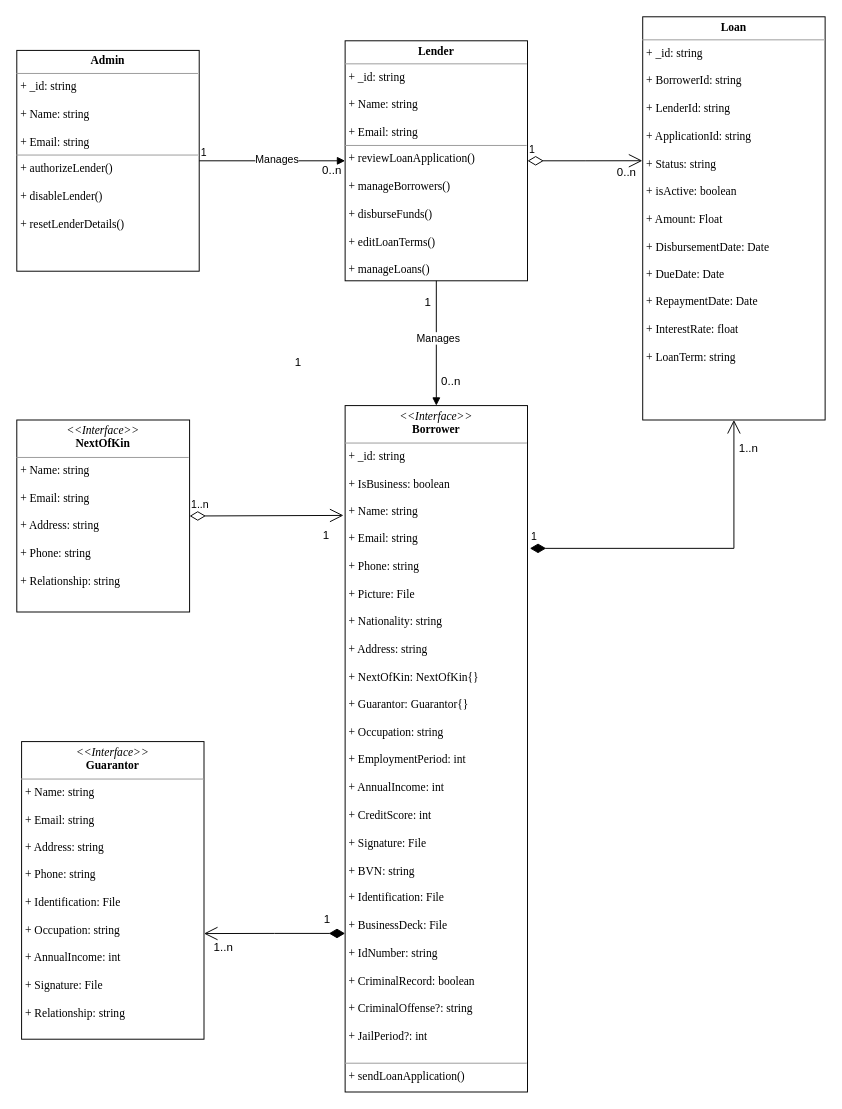
Earlier version of the draw.io diagram src/loan-class.drawio (miriam-samuels/loan-management). Source tidied: cells renumbered, new cells numbered last; positions are measured from the earlier drawing's top-left corner, leaving out a move shared by most shapes. Both pictures are drawn from the tidied source at 96%, with x=0, y=0 at pixel (16, 16).
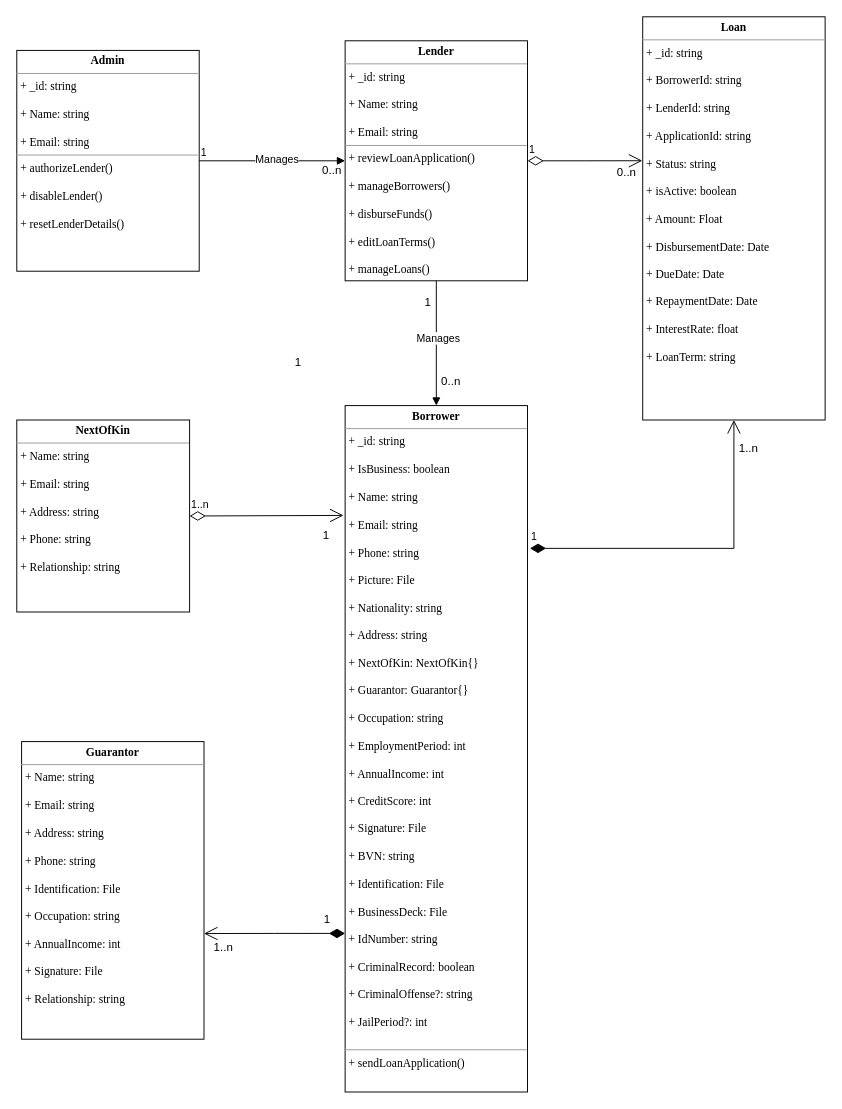
The same diagram, later.

Diff of the diagram source:
```diff
@@
-    <mxCell id="3" value="&lt;p style=&quot;margin:0px;margin-top:4px;text-align:center;&quot;&gt;&lt;font face=&quot;Times New Roman&quot;&gt;&lt;i&gt;&amp;lt;&amp;lt;Interface&amp;gt;&amp;gt;&lt;/i&gt;&lt;br&gt;&lt;b&gt;Borrower&lt;/b&gt;&lt;/font&gt;&lt;/p&gt;&lt;hr size=&quot;1&quot;&gt;&lt;p style=&quot;margin:0px;margin-left:4px;&quot;&gt;&lt;font face=&quot;Times New Roman&quot;&gt;+ _id: string&lt;/font&gt;&lt;/p&gt;&lt;p style=&quot;margin:0px;margin-left:4px;&quot;&gt;&lt;font face=&quot;Times New Roman&quot;&gt;&lt;br&gt;&lt;/font&gt;&lt;/p&gt;&lt;p style=&quot;margin:0px;margin-left:4px;&quot;&gt;&lt;font face=&quot;Times New Roman&quot;&gt;+ IsBusiness: boolean&lt;/font&gt;&lt;/p&gt;&lt;p style=&quot;margin:0px;margin-left:4px;&quot;&gt;&lt;font face=&quot;Times New Roman&quot;&gt;&lt;br&gt;+ Name: string&lt;/font&gt;&lt;/p&gt;&lt;p style=&quot;margin:0px;margin-left:4px;&quot;&gt;&lt;font face=&quot;Times New Roman&quot;&gt;&lt;br&gt;&lt;/font&gt;&lt;/p&gt;&lt;p style=&quot;margin:0px;margin-left:4px;&quot;&gt;&lt;font face=&quot;Times New Roman&quot;&gt;+ Email: string&lt;/font&gt;&lt;/p&gt;&lt;p style=&quot;margin:0px;margin-left:4px;&quot;&gt;&lt;font face=&quot;Times New Roman&quot;&gt;&lt;br&gt;&lt;/font&gt;&lt;/p&gt;&lt;p style=&quot;margin:0px;margin-left:4px;&quot;&gt;&lt;font face=&quot;Times New Roman&quot;&gt;+ Phone: string&lt;/font&gt;&lt;/p&gt;&lt;p style=&quot;margin:0px;margin-left:4px;&quot;&gt;&lt;font face=&quot;Times New Roman&quot;&gt;&lt;br&gt;&lt;/font&gt;&lt;/p&gt;&lt;p style=&quot;margin:0px;margin-left:4px;&quot;&gt;&lt;font face=&quot;Times New Roman&quot;&gt;+ Picture: File&lt;/font&gt;&lt;/p&gt;&lt;p style=&quot;margin:0px;margin-left:4px;&quot;&gt;&lt;font face=&quot;Times New Roman&quot;&gt;&lt;br&gt;&lt;/font&gt;&lt;/p&gt;&lt;p style=&quot;margin:0px;margin-left:4px;&quot;&gt;&lt;font face=&quot;Times New Roman&quot;&gt;+ Nationality: string&lt;/font&gt;&lt;/p&gt;&lt;p style=&quot;margin:0px;margin-left:4px;&quot;&gt;&lt;font face=&quot;Times New Roman&quot;&gt;&lt;br&gt;&lt;/font&gt;&lt;/p&gt;&lt;p style=&quot;margin:0px;margin-left:4px;&quot;&gt;&lt;font face=&quot;Times New Roman&quot;&gt;+ Address: string&lt;/font&gt;&lt;/p&gt;&lt;p style=&quot;margin:0px;margin-left:4px;&quot;&gt;&lt;font face=&quot;Times New Roman&quot;&gt;&lt;br&gt;&lt;/font&gt;&lt;/p&gt;&lt;p style=&quot;margin:0px;margin-left:4px;&quot;&gt;&lt;font face=&quot;Times New Roman&quot;&gt;+ NextOfKin: NextOfKin{}&lt;/font&gt;&lt;/p&gt;&lt;p style=&quot;margin:0px;margin-left:4px;&quot;&gt;&lt;font face=&quot;Times New Roman&quot;&gt;&lt;br&gt;&lt;/font&gt;&lt;/p&gt;&lt;p style=&quot;margin:0px;margin-left:4px;&quot;&gt;&lt;font face=&quot;Times New Roman&quot;&gt;+ Guarantor: Guarantor{}&lt;/font&gt;&lt;/p&gt;&lt;p style=&quot;margin:0px;margin-left:4px;&quot;&gt;&lt;font face=&quot;Times New Roman&quot;&gt;&lt;br&gt;&lt;/font&gt;&lt;/p&gt;&lt;p style=&quot;margin:0px;margin-left:4px;&quot;&gt;&lt;font face=&quot;Times New Roman&quot;&gt;+ Occupation: string&lt;/font&gt;&lt;/p&gt;&lt;p style=&quot;margin:0px;margin-left:4px;&quot;&gt;&lt;font face=&quot;Times New Roman&quot;&gt;&lt;br&gt;&lt;/font&gt;&lt;/p&gt;&lt;p style=&quot;margin:0px;margin-left:4px;&quot;&gt;&lt;font face=&quot;Times New Roman&quot;&gt;+ EmploymentPeriod: int&lt;/font&gt;&lt;/p&gt;&lt;p style=&quot;margin:0px;margin-left:4px;&quot;&gt;&lt;font face=&quot;Times New Roman&quot;&gt;&lt;br&gt;&lt;/font&gt;&lt;/p&gt;&lt;p style=&quot;margin:0px;margin-left:4px;&quot;&gt;&lt;font face=&quot;Times New Roman&quot;&gt;+ AnnualIncome: int&lt;/font&gt;&lt;/p&gt;&lt;p style=&quot;margin:0px;margin-left:4px;&quot;&gt;&lt;font face=&quot;Times New Roman&quot;&gt;&lt;br&gt;&lt;/font&gt;&lt;/p&gt;&lt;p style=&quot;margin:0px;margin-left:4px;&quot;&gt;&lt;font face=&quot;Times New Roman&quot;&gt;+ CreditScore: int&lt;/font&gt;&lt;/p&gt;&lt;p style=&quot;margin:0px;margin-left:4px;&quot;&gt;&lt;font face=&quot;Times New Roman&quot;&gt;&lt;br&gt;&lt;/font&gt;&lt;/p&gt;&lt;p style=&quot;margin:0px;margin-left:4px;&quot;&gt;&lt;font face=&quot;Times New Roman&quot;&gt;+ Signature: File&lt;/font&gt;&lt;/p&gt;&lt;p style=&quot;margin:0px;margin-left:4px;&quot;&gt;&lt;font face=&quot;Times New Roman&quot;&gt;&lt;br&gt;&lt;/font&gt;&lt;/p&gt;&lt;p style=&quot;margin:0px;margin-left:4px;&quot;&gt;&lt;font face=&quot;Times New Roman&quot;&gt;+ BVN: string&lt;/font&gt;&lt;/p&gt;&lt;p style=&quot;margin:0px;margin-left:4px;&quot;&gt;&lt;font face=&quot;Times New Roman&quot;&gt;&lt;br&gt;&lt;/font&gt;&lt;/p&gt;&lt;p style=&quot;margin:0px;margin-left:4px;&quot;&gt;&lt;font face=&quot;Times New Roman&quot;&gt;+ Identification: File&lt;/font&gt;&lt;/p&gt;&lt;p style=&quot;margin:0px;margin-left:4px;&quot;&gt;&lt;font face=&quot;Times New Roman&quot;&gt;&lt;br&gt;&lt;/font&gt;&lt;/p&gt;&lt;p style=&quot;margin:0px;margin-left:4px;&quot;&gt;&lt;font face=&quot;Times New Roman&quot;&gt;+ BusinessDeck: File&lt;/font&gt;&lt;/p&gt;&lt;p style=&quot;margin:0px;margin-left:4px;&quot;&gt;&lt;font face=&quot;Times New Roman&quot;&gt;&lt;br&gt;&lt;/font&gt;&lt;/p&gt;&lt;p style=&quot;margin:0px;margin-left:4px;&quot;&gt;&lt;font face=&quot;Times New Roman&quot;&gt;+ IdNumber: string&lt;/font&gt;&lt;/p&gt;&lt;p style=&quot;margin:0px;margin-left:4px;&quot;&gt;&lt;font face=&quot;Times New Roman&quot;&gt;&lt;br&gt;&lt;/font&gt;&lt;/p&gt;&lt;p style=&quot;margin:0px;margin-left:4px;&quot;&gt;&lt;font face=&quot;Times New Roman&quot;&gt;+ CriminalRecord: boolean&lt;/font&gt;&lt;/p&gt;&lt;p style=&quot;margin:0px;margin-left:4px;&quot;&gt;&lt;font face=&quot;Times New Roman&quot;&gt;&lt;br&gt;&lt;/font&gt;&lt;/p&gt;&lt;p style=&quot;margin:0px;margin-left:4px;&quot;&gt;&lt;font face=&quot;Times New Roman&quot;&gt;+ CriminalOffense?: string&lt;/font&gt;&lt;/p&gt;&lt;p style=&quot;margin:0px;margin-left:4px;&quot;&gt;&lt;font face=&quot;Times New Roman&quot;&gt;&lt;br&gt;&lt;/font&gt;&lt;/p&gt;&lt;p style=&quot;margin:0px;margin-left:4px;&quot;&gt;&lt;font face=&quot;Times New Roman&quot;&gt;+ JailPeriod?: int&lt;/font&gt;&lt;/p&gt;&lt;p style=&quot;margin:0px;margin-left:4px;&quot;&gt;&lt;br&gt;&lt;/p&gt;&lt;hr size=&quot;1&quot;&gt;&lt;p style=&quot;margin:0px;margin-left:4px;&quot;&gt;&lt;font face=&quot;Times New Roman&quot;&gt;+ sendLoanApplication()&lt;/font&gt;&lt;/p&gt;&lt;p style=&quot;margin:0px;margin-left:4px;&quot;&gt;&lt;br&gt;&lt;/p&gt;" style="verticalAlign=top;align=left;overflow=fill;fontSize=12;fontFamily=Helvetica;html=1;whiteSpace=wrap;" parent="1" vertex="1">
+    <mxCell id="3" value="&lt;p style=&quot;margin:0px;margin-top:4px;text-align:center;&quot;&gt;&lt;font face=&quot;Times New Roman&quot;&gt;&lt;b&gt;Borrower&lt;/b&gt;&lt;/font&gt;&lt;/p&gt;&lt;hr size=&quot;1&quot;&gt;&lt;p style=&quot;margin:0px;margin-left:4px;&quot;&gt;&lt;font face=&quot;Times New Roman&quot;&gt;+ _id: string&lt;/font&gt;&lt;/p&gt;&lt;p style=&quot;margin:0px;margin-left:4px;&quot;&gt;&lt;font face=&quot;Times New Roman&quot;&gt;&lt;br&gt;&lt;/font&gt;&lt;/p&gt;&lt;p style=&quot;margin:0px;margin-left:4px;&quot;&gt;&lt;font face=&quot;Times New Roman&quot;&gt;+ IsBusiness: boolean&lt;/font&gt;&lt;/p&gt;&lt;p style=&quot;margin:0px;margin-left:4px;&quot;&gt;&lt;font face=&quot;Times New Roman&quot;&gt;&lt;br&gt;+ Name: string&lt;/font&gt;&lt;/p&gt;&lt;p style=&quot;margin:0px;margin-left:4px;&quot;&gt;&lt;font face=&quot;Times New Roman&quot;&gt;&lt;br&gt;&lt;/font&gt;&lt;/p&gt;&lt;p style=&quot;margin:0px;margin-left:4px;&quot;&gt;&lt;font face=&quot;Times New Roman&quot;&gt;+ Email: string&lt;/font&gt;&lt;/p&gt;&lt;p style=&quot;margin:0px;margin-left:4px;&quot;&gt;&lt;font face=&quot;Times New Roman&quot;&gt;&lt;br&gt;&lt;/font&gt;&lt;/p&gt;&lt;p style=&quot;margin:0px;margin-left:4px;&quot;&gt;&lt;font face=&quot;Times New Roman&quot;&gt;+ Phone: string&lt;/font&gt;&lt;/p&gt;&lt;p style=&quot;margin:0px;margin-left:4px;&quot;&gt;&lt;font face=&quot;Times New Roman&quot;&gt;&lt;br&gt;&lt;/font&gt;&lt;/p&gt;&lt;p style=&quot;margin:0px;margin-left:4px;&quot;&gt;&lt;font face=&quot;Times New Roman&quot;&gt;+ Picture: File&lt;/font&gt;&lt;/p&gt;&lt;p style=&quot;margin:0px;margin-left:4px;&quot;&gt;&lt;font face=&quot;Times New Roman&quot;&gt;&lt;br&gt;&lt;/font&gt;&lt;/p&gt;&lt;p style=&quot;margin:0px;margin-left:4px;&quot;&gt;&lt;font face=&quot;Times New Roman&quot;&gt;+ Nationality: string&lt;/font&gt;&lt;/p&gt;&lt;p style=&quot;margin:0px;margin-left:4px;&quot;&gt;&lt;font face=&quot;Times New Roman&quot;&gt;&lt;br&gt;&lt;/font&gt;&lt;/p&gt;&lt;p style=&quot;margin:0px;margin-left:4px;&quot;&gt;&lt;font face=&quot;Times New Roman&quot;&gt;+ Address: string&lt;/font&gt;&lt;/p&gt;&lt;p style=&quot;margin:0px;margin-left:4px;&quot;&gt;&lt;font face=&quot;Times New Roman&quot;&gt;&lt;br&gt;&lt;/font&gt;&lt;/p&gt;&lt;p style=&quot;margin:0px;margin-left:4px;&quot;&gt;&lt;font face=&quot;Times New Roman&quot;&gt;+ NextOfKin: NextOfKin{}&lt;/font&gt;&lt;/p&gt;&lt;p style=&quot;margin:0px;margin-left:4px;&quot;&gt;&lt;font face=&quot;Times New Roman&quot;&gt;&lt;br&gt;&lt;/font&gt;&lt;/p&gt;&lt;p style=&quot;margin:0px;margin-left:4px;&quot;&gt;&lt;font face=&quot;Times New Roman&quot;&gt;+ Guarantor: Guarantor{}&lt;/font&gt;&lt;/p&gt;&lt;p style=&quot;margin:0px;margin-left:4px;&quot;&gt;&lt;font face=&quot;Times New Roman&quot;&gt;&lt;br&gt;&lt;/font&gt;&lt;/p&gt;&lt;p style=&quot;margin:0px;margin-left:4px;&quot;&gt;&lt;font face=&quot;Times New Roman&quot;&gt;+ Occupation: string&lt;/font&gt;&lt;/p&gt;&lt;p style=&quot;margin:0px;margin-left:4px;&quot;&gt;&lt;font face=&quot;Times New Roman&quot;&gt;&lt;br&gt;&lt;/font&gt;&lt;/p&gt;&lt;p style=&quot;margin:0px;margin-left:4px;&quot;&gt;&lt;font face=&quot;Times New Roman&quot;&gt;+ EmploymentPeriod: int&lt;/font&gt;&lt;/p&gt;&lt;p style=&quot;margin:0px;margin-left:4px;&quot;&gt;&lt;font face=&quot;Times New Roman&quot;&gt;&lt;br&gt;&lt;/font&gt;&lt;/p&gt;&lt;p style=&quot;margin:0px;margin-left:4px;&quot;&gt;&lt;font face=&quot;Times New Roman&quot;&gt;+ AnnualIncome: int&lt;/font&gt;&lt;/p&gt;&lt;p style=&quot;margin:0px;margin-left:4px;&quot;&gt;&lt;font face=&quot;Times New Roman&quot;&gt;&lt;br&gt;&lt;/font&gt;&lt;/p&gt;&lt;p style=&quot;margin:0px;margin-left:4px;&quot;&gt;&lt;font face=&quot;Times New Roman&quot;&gt;+ CreditScore: int&lt;/font&gt;&lt;/p&gt;&lt;p style=&quot;margin:0px;margin-left:4px;&quot;&gt;&lt;font face=&quot;Times New Roman&quot;&gt;&lt;br&gt;&lt;/font&gt;&lt;/p&gt;&lt;p style=&quot;margin:0px;margin-left:4px;&quot;&gt;&lt;font face=&quot;Times New Roman&quot;&gt;+ Signature: File&lt;/font&gt;&lt;/p&gt;&lt;p style=&quot;margin:0px;margin-left:4px;&quot;&gt;&lt;font face=&quot;Times New Roman&quot;&gt;&lt;br&gt;&lt;/font&gt;&lt;/p&gt;&lt;p style=&quot;margin:0px;margin-left:4px;&quot;&gt;&lt;font face=&quot;Times New Roman&quot;&gt;+ BVN: string&lt;/font&gt;&lt;/p&gt;&lt;p style=&quot;margin:0px;margin-left:4px;&quot;&gt;&lt;font face=&quot;Times New Roman&quot;&gt;&lt;br&gt;&lt;/font&gt;&lt;/p&gt;&lt;p style=&quot;margin:0px;margin-left:4px;&quot;&gt;&lt;font face=&quot;Times New Roman&quot;&gt;+ Identification: File&lt;/font&gt;&lt;/p&gt;&lt;p style=&quot;margin:0px;margin-left:4px;&quot;&gt;&lt;font face=&quot;Times New Roman&quot;&gt;&lt;br&gt;&lt;/font&gt;&lt;/p&gt;&lt;p style=&quot;margin:0px;margin-left:4px;&quot;&gt;&lt;font face=&quot;Times New Roman&quot;&gt;+ BusinessDeck: File&lt;/font&gt;&lt;/p&gt;&lt;p style=&quot;margin:0px;margin-left:4px;&quot;&gt;&lt;font face=&quot;Times New Roman&quot;&gt;&lt;br&gt;&lt;/font&gt;&lt;/p&gt;&lt;p style=&quot;margin:0px;margin-left:4px;&quot;&gt;&lt;font face=&quot;Times New Roman&quot;&gt;+ IdNumber: string&lt;/font&gt;&lt;/p&gt;&lt;p style=&quot;margin:0px;margin-left:4px;&quot;&gt;&lt;font face=&quot;Times New Roman&quot;&gt;&lt;br&gt;&lt;/font&gt;&lt;/p&gt;&lt;p style=&quot;margin:0px;margin-left:4px;&quot;&gt;&lt;font face=&quot;Times New Roman&quot;&gt;+ CriminalRecord: boolean&lt;/font&gt;&lt;/p&gt;&lt;p style=&quot;margin:0px;margin-left:4px;&quot;&gt;&lt;font face=&quot;Times New Roman&quot;&gt;&lt;br&gt;&lt;/font&gt;&lt;/p&gt;&lt;p style=&quot;margin:0px;margin-left:4px;&quot;&gt;&lt;font face=&quot;Times New Roman&quot;&gt;+ CriminalOffense?: string&lt;/font&gt;&lt;/p&gt;&lt;p style=&quot;margin:0px;margin-left:4px;&quot;&gt;&lt;font face=&quot;Times New Roman&quot;&gt;&lt;br&gt;&lt;/font&gt;&lt;/p&gt;&lt;p style=&quot;margin:0px;margin-left:4px;&quot;&gt;&lt;font face=&quot;Times New Roman&quot;&gt;+ JailPeriod?: int&lt;/font&gt;&lt;/p&gt;&lt;p style=&quot;margin:0px;margin-left:4px;&quot;&gt;&lt;br&gt;&lt;/p&gt;&lt;hr size=&quot;1&quot;&gt;&lt;p style=&quot;margin:0px;margin-left:4px;&quot;&gt;&lt;font face=&quot;Times New Roman&quot;&gt;+ sendLoanApplication()&lt;/font&gt;&lt;/p&gt;&lt;p style=&quot;margin:0px;margin-left:4px;&quot;&gt;&lt;br&gt;&lt;/p&gt;" style="verticalAlign=top;align=left;overflow=fill;fontSize=12;fontFamily=Helvetica;html=1;whiteSpace=wrap;" parent="1" vertex="1">
       <mxGeometry x="342" y="405" width="190" height="715" as="geometry" />
     </mxCell>
@@
-    <mxCell id="6" value="&lt;p style=&quot;margin:0px;margin-top:4px;text-align:center;&quot;&gt;&lt;font face=&quot;Times New Roman&quot;&gt;&lt;i&gt;&amp;lt;&amp;lt;Interface&amp;gt;&amp;gt;&lt;/i&gt;&lt;br&gt;&lt;b&gt;NextOfKin&lt;/b&gt;&lt;/font&gt;&lt;/p&gt;&lt;hr size=&quot;1&quot;&gt;&lt;p style=&quot;margin:0px;margin-left:4px;&quot;&gt;&lt;span style=&quot;font-family: &amp;quot;Times New Roman&amp;quot;; background-color: initial;&quot;&gt;+ Name: string&lt;/span&gt;&lt;br&gt;&lt;/p&gt;&lt;p style=&quot;margin:0px;margin-left:4px;&quot;&gt;&lt;font face=&quot;Times New Roman&quot;&gt;&lt;br&gt;&lt;/font&gt;&lt;/p&gt;&lt;p style=&quot;margin:0px;margin-left:4px;&quot;&gt;&lt;font face=&quot;Times New Roman&quot;&gt;+ Email: string&lt;/font&gt;&lt;/p&gt;&lt;p style=&quot;margin:0px;margin-left:4px;&quot;&gt;&lt;font face=&quot;Times New Roman&quot;&gt;&lt;br&gt;&lt;/font&gt;&lt;/p&gt;&lt;p style=&quot;margin:0px;margin-left:4px;&quot;&gt;&lt;font face=&quot;Times New Roman&quot;&gt;+ Address: string&lt;/font&gt;&lt;/p&gt;&lt;p style=&quot;margin:0px;margin-left:4px;&quot;&gt;&lt;font face=&quot;Times New Roman&quot;&gt;&lt;br&gt;&lt;/font&gt;&lt;/p&gt;&lt;p style=&quot;margin:0px;margin-left:4px;&quot;&gt;&lt;font face=&quot;Times New Roman&quot;&gt;+ Phone: string&lt;/font&gt;&lt;/p&gt;&lt;p style=&quot;margin:0px;margin-left:4px;&quot;&gt;&lt;font face=&quot;Times New Roman&quot;&gt;&lt;br&gt;&lt;/font&gt;&lt;/p&gt;&lt;p style=&quot;margin:0px;margin-left:4px;&quot;&gt;&lt;font face=&quot;Times New Roman&quot;&gt;+ Relationship: string&lt;/font&gt;&lt;/p&gt;" style="verticalAlign=top;align=left;overflow=fill;fontSize=12;fontFamily=Helvetica;html=1;whiteSpace=wrap;" parent="1" vertex="1">
+    <mxCell id="6" value="&lt;p style=&quot;margin:0px;margin-top:4px;text-align:center;&quot;&gt;&lt;font face=&quot;Times New Roman&quot;&gt;&lt;b&gt;NextOfKin&lt;/b&gt;&lt;/font&gt;&lt;/p&gt;&lt;hr size=&quot;1&quot;&gt;&lt;p style=&quot;margin:0px;margin-left:4px;&quot;&gt;&lt;span style=&quot;font-family: &amp;quot;Times New Roman&amp;quot;; background-color: initial;&quot;&gt;+ Name: string&lt;/span&gt;&lt;br&gt;&lt;/p&gt;&lt;p style=&quot;margin:0px;margin-left:4px;&quot;&gt;&lt;font face=&quot;Times New Roman&quot;&gt;&lt;br&gt;&lt;/font&gt;&lt;/p&gt;&lt;p style=&quot;margin:0px;margin-left:4px;&quot;&gt;&lt;font face=&quot;Times New Roman&quot;&gt;+ Email: string&lt;/font&gt;&lt;/p&gt;&lt;p style=&quot;margin:0px;margin-left:4px;&quot;&gt;&lt;font face=&quot;Times New Roman&quot;&gt;&lt;br&gt;&lt;/font&gt;&lt;/p&gt;&lt;p style=&quot;margin:0px;margin-left:4px;&quot;&gt;&lt;font face=&quot;Times New Roman&quot;&gt;+ Address: string&lt;/font&gt;&lt;/p&gt;&lt;p style=&quot;margin:0px;margin-left:4px;&quot;&gt;&lt;font face=&quot;Times New Roman&quot;&gt;&lt;br&gt;&lt;/font&gt;&lt;/p&gt;&lt;p style=&quot;margin:0px;margin-left:4px;&quot;&gt;&lt;font face=&quot;Times New Roman&quot;&gt;+ Phone: string&lt;/font&gt;&lt;/p&gt;&lt;p style=&quot;margin:0px;margin-left:4px;&quot;&gt;&lt;font face=&quot;Times New Roman&quot;&gt;&lt;br&gt;&lt;/font&gt;&lt;/p&gt;&lt;p style=&quot;margin:0px;margin-left:4px;&quot;&gt;&lt;font face=&quot;Times New Roman&quot;&gt;+ Relationship: string&lt;/font&gt;&lt;/p&gt;" style="verticalAlign=top;align=left;overflow=fill;fontSize=12;fontFamily=Helvetica;html=1;whiteSpace=wrap;" parent="1" vertex="1">
       <mxGeometry y="420" width="180" height="200" as="geometry" />
     </mxCell>
-    <mxCell id="7" value="&lt;p style=&quot;margin:0px;margin-top:4px;text-align:center;&quot;&gt;&lt;font face=&quot;Times New Roman&quot;&gt;&lt;i&gt;&amp;lt;&amp;lt;Interface&amp;gt;&amp;gt;&lt;/i&gt;&lt;br&gt;&lt;b&gt;Guarantor&lt;/b&gt;&lt;/font&gt;&lt;/p&gt;&lt;hr size=&quot;1&quot;&gt;&lt;p style=&quot;margin:0px;margin-left:4px;&quot;&gt;&lt;span style=&quot;font-family: &amp;quot;Times New Roman&amp;quot;; background-color: initial;&quot;&gt;+ Name: string&lt;/span&gt;&lt;/p&gt;&lt;p style=&quot;margin:0px;margin-left:4px;&quot;&gt;&lt;font face=&quot;Times New Roman&quot;&gt;&lt;br&gt;&lt;/font&gt;&lt;/p&gt;&lt;p style=&quot;margin:0px;margin-left:4px;&quot;&gt;&lt;font face=&quot;Times New Roman&quot;&gt;+ Email: string&lt;/font&gt;&lt;/p&gt;&lt;p style=&quot;margin:0px;margin-left:4px;&quot;&gt;&lt;font face=&quot;Times New Roman&quot;&gt;&lt;br&gt;&lt;/font&gt;&lt;/p&gt;&lt;p style=&quot;border-color: var(--border-color); margin: 0px 0px 0px 4px;&quot;&gt;&lt;font style=&quot;border-color: var(--border-color);&quot; face=&quot;Times New Roman&quot;&gt;+ Address: string&lt;/font&gt;&lt;/p&gt;&lt;p style=&quot;border-color: var(--border-color); margin: 0px 0px 0px 4px;&quot;&gt;&lt;font style=&quot;border-color: var(--border-color);&quot; face=&quot;Times New Roman&quot;&gt;&lt;br style=&quot;border-color: var(--border-color);&quot;&gt;&lt;/font&gt;&lt;/p&gt;&lt;p style=&quot;border-color: var(--border-color); margin: 0px 0px 0px 4px;&quot;&gt;&lt;font style=&quot;border-color: var(--border-color);&quot; face=&quot;Times New Roman&quot;&gt;+ Phone: string&lt;/font&gt;&lt;/p&gt;&lt;p style=&quot;border-color: var(--border-color); margin: 0px 0px 0px 4px;&quot;&gt;&lt;font style=&quot;border-color: var(--border-color);&quot; face=&quot;Times New Roman&quot;&gt;&lt;br&gt;&lt;/font&gt;&lt;/p&gt;&lt;p style=&quot;border-color: var(--border-color); margin: 0px 0px 0px 4px;&quot;&gt;&lt;font style=&quot;border-color: var(--border-color);&quot; face=&quot;Times New Roman&quot;&gt;+ Identification: File&lt;/font&gt;&lt;/p&gt;&lt;p style=&quot;border-color: var(--border-color); margin: 0px 0px 0px 4px;&quot;&gt;&lt;font style=&quot;border-color: var(--border-color);&quot; face=&quot;Times New Roman&quot;&gt;&lt;br&gt;&lt;/font&gt;&lt;/p&gt;&lt;p style=&quot;border-color: var(--border-color); margin: 0px 0px 0px 4px;&quot;&gt;&lt;font style=&quot;border-color: var(--border-color);&quot; face=&quot;Times New Roman&quot;&gt;+ Occupation: string&lt;/font&gt;&lt;/p&gt;&lt;p style=&quot;border-color: var(--border-color); margin: 0px 0px 0px 4px;&quot;&gt;&lt;font style=&quot;border-color: var(--border-color);&quot; face=&quot;Times New Roman&quot;&gt;&lt;br&gt;&lt;/font&gt;&lt;/p&gt;&lt;p style=&quot;border-color: var(--border-color); margin: 0px 0px 0px 4px;&quot;&gt;&lt;font style=&quot;border-color: var(--border-color);&quot; face=&quot;Times New Roman&quot;&gt;+ AnnualIncome: int&lt;/font&gt;&lt;/p&gt;&lt;p style=&quot;border-color: var(--border-color); margin: 0px 0px 0px 4px;&quot;&gt;&lt;font style=&quot;border-color: var(--border-color);&quot; face=&quot;Times New Roman&quot;&gt;&lt;br&gt;&lt;/font&gt;&lt;/p&gt;&lt;p style=&quot;border-color: var(--border-color); margin: 0px 0px 0px 4px;&quot;&gt;&lt;font style=&quot;border-color: var(--border-color);&quot; face=&quot;Times New Roman&quot;&gt;+ Signature: File&lt;/font&gt;&lt;/p&gt;&lt;p style=&quot;border-color: var(--border-color); margin: 0px 0px 0px 4px;&quot;&gt;&lt;font style=&quot;border-color: var(--border-color);&quot; face=&quot;Times New Roman&quot;&gt;&lt;br&gt;&lt;/font&gt;&lt;/p&gt;&lt;p style=&quot;border-color: var(--border-color); margin: 0px 0px 0px 4px;&quot;&gt;&lt;font face=&quot;Times New Roman&quot;&gt;+ Relationship: string&lt;/font&gt;&lt;/p&gt;&lt;p style=&quot;margin:0px;margin-left:4px;&quot;&gt;&lt;br&gt;&lt;/p&gt;" style="verticalAlign=top;align=left;overflow=fill;fontSize=12;fontFamily=Helvetica;html=1;whiteSpace=wrap;" parent="1" vertex="1">
+    <mxCell id="7" value="&lt;p style=&quot;margin:0px;margin-top:4px;text-align:center;&quot;&gt;&lt;font face=&quot;Times New Roman&quot;&gt;&lt;b&gt;Guarantor&lt;/b&gt;&lt;/font&gt;&lt;/p&gt;&lt;hr size=&quot;1&quot;&gt;&lt;p style=&quot;margin:0px;margin-left:4px;&quot;&gt;&lt;span style=&quot;font-family: &amp;quot;Times New Roman&amp;quot;; background-color: initial;&quot;&gt;+ Name: string&lt;/span&gt;&lt;/p&gt;&lt;p style=&quot;margin:0px;margin-left:4px;&quot;&gt;&lt;font face=&quot;Times New Roman&quot;&gt;&lt;br&gt;&lt;/font&gt;&lt;/p&gt;&lt;p style=&quot;margin:0px;margin-left:4px;&quot;&gt;&lt;font face=&quot;Times New Roman&quot;&gt;+ Email: string&lt;/font&gt;&lt;/p&gt;&lt;p style=&quot;margin:0px;margin-left:4px;&quot;&gt;&lt;font face=&quot;Times New Roman&quot;&gt;&lt;br&gt;&lt;/font&gt;&lt;/p&gt;&lt;p style=&quot;border-color: var(--border-color); margin: 0px 0px 0px 4px;&quot;&gt;&lt;font style=&quot;border-color: var(--border-color);&quot; face=&quot;Times New Roman&quot;&gt;+ Address: string&lt;/font&gt;&lt;/p&gt;&lt;p style=&quot;border-color: var(--border-color); margin: 0px 0px 0px 4px;&quot;&gt;&lt;font style=&quot;border-color: var(--border-color);&quot; face=&quot;Times New Roman&quot;&gt;&lt;br style=&quot;border-color: var(--border-color);&quot;&gt;&lt;/font&gt;&lt;/p&gt;&lt;p style=&quot;border-color: var(--border-color); margin: 0px 0px 0px 4px;&quot;&gt;&lt;font style=&quot;border-color: var(--border-color);&quot; face=&quot;Times New Roman&quot;&gt;+ Phone: string&lt;/font&gt;&lt;/p&gt;&lt;p style=&quot;border-color: var(--border-color); margin: 0px 0px 0px 4px;&quot;&gt;&lt;font style=&quot;border-color: var(--border-color);&quot; face=&quot;Times New Roman&quot;&gt;&lt;br&gt;&lt;/font&gt;&lt;/p&gt;&lt;p style=&quot;border-color: var(--border-color); margin: 0px 0px 0px 4px;&quot;&gt;&lt;font style=&quot;border-color: var(--border-color);&quot; face=&quot;Times New Roman&quot;&gt;+ Identification: File&lt;/font&gt;&lt;/p&gt;&lt;p style=&quot;border-color: var(--border-color); margin: 0px 0px 0px 4px;&quot;&gt;&lt;font style=&quot;border-color: var(--border-color);&quot; face=&quot;Times New Roman&quot;&gt;&lt;br&gt;&lt;/font&gt;&lt;/p&gt;&lt;p style=&quot;border-color: var(--border-color); margin: 0px 0px 0px 4px;&quot;&gt;&lt;font style=&quot;border-color: var(--border-color);&quot; face=&quot;Times New Roman&quot;&gt;+ Occupation: string&lt;/font&gt;&lt;/p&gt;&lt;p style=&quot;border-color: var(--border-color); margin: 0px 0px 0px 4px;&quot;&gt;&lt;font style=&quot;border-color: var(--border-color);&quot; face=&quot;Times New Roman&quot;&gt;&lt;br&gt;&lt;/font&gt;&lt;/p&gt;&lt;p style=&quot;border-color: var(--border-color); margin: 0px 0px 0px 4px;&quot;&gt;&lt;font style=&quot;border-color: var(--border-color);&quot; face=&quot;Times New Roman&quot;&gt;+ AnnualIncome: int&lt;/font&gt;&lt;/p&gt;&lt;p style=&quot;border-color: var(--border-color); margin: 0px 0px 0px 4px;&quot;&gt;&lt;font style=&quot;border-color: var(--border-color);&quot; face=&quot;Times New Roman&quot;&gt;&lt;br&gt;&lt;/font&gt;&lt;/p&gt;&lt;p style=&quot;border-color: var(--border-color); margin: 0px 0px 0px 4px;&quot;&gt;&lt;font style=&quot;border-color: var(--border-color);&quot; face=&quot;Times New Roman&quot;&gt;+ Signature: File&lt;/font&gt;&lt;/p&gt;&lt;p style=&quot;border-color: var(--border-color); margin: 0px 0px 0px 4px;&quot;&gt;&lt;font style=&quot;border-color: var(--border-color);&quot; face=&quot;Times New Roman&quot;&gt;&lt;br&gt;&lt;/font&gt;&lt;/p&gt;&lt;p style=&quot;border-color: var(--border-color); margin: 0px 0px 0px 4px;&quot;&gt;&lt;font face=&quot;Times New Roman&quot;&gt;+ Relationship: string&lt;/font&gt;&lt;/p&gt;&lt;p style=&quot;margin:0px;margin-left:4px;&quot;&gt;&lt;br&gt;&lt;/p&gt;" style="verticalAlign=top;align=left;overflow=fill;fontSize=12;fontFamily=Helvetica;html=1;whiteSpace=wrap;" parent="1" vertex="1">
       <mxGeometry x="5" y="755" width="190" height="310" as="geometry" />
     </mxCell>
```
